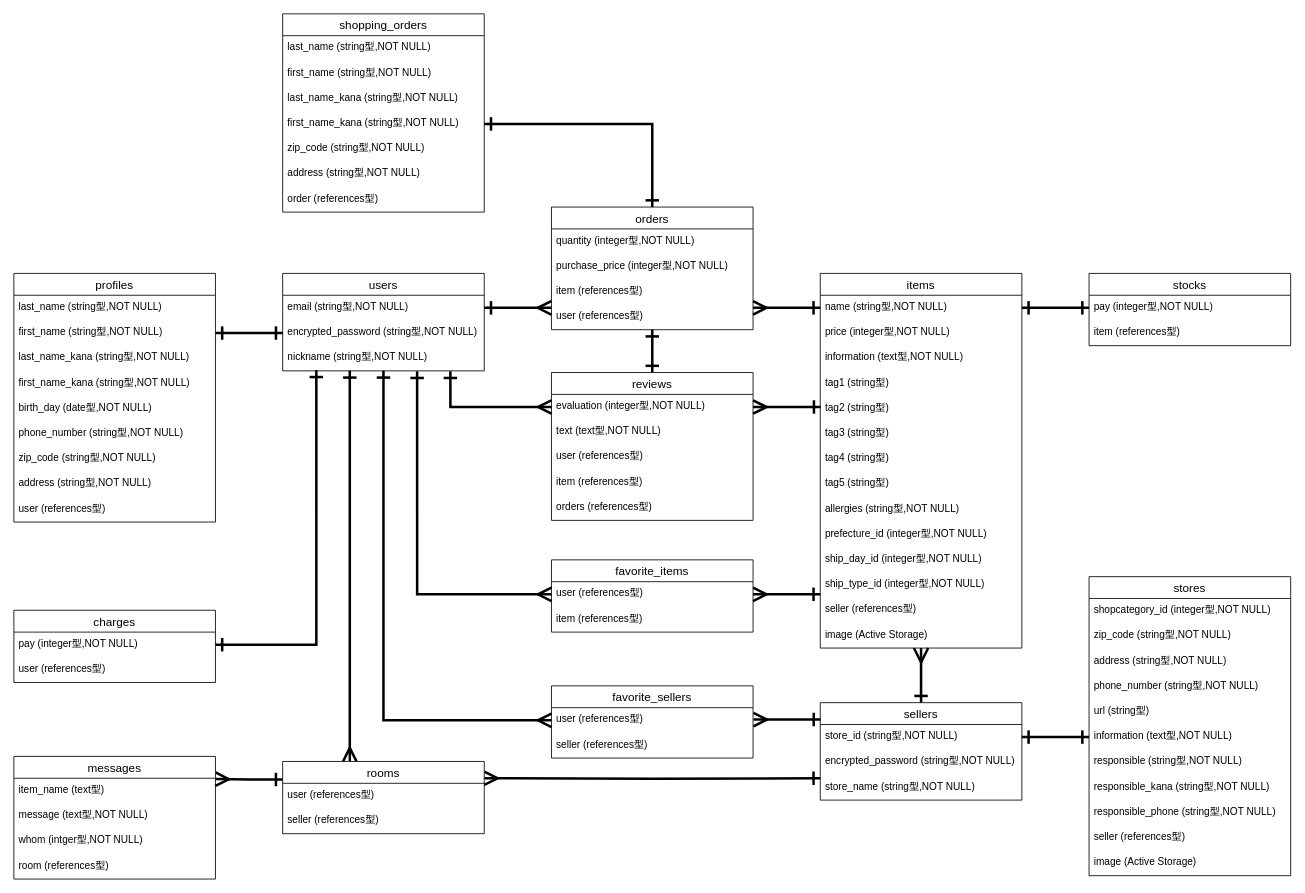
Before: er.dio in Buchikin/ecshop-foodmall, a draw.io diagram. Source tidied: cells renumbered, new cells numbered last; positions are measured from the earlier drawing's top-left corner, leaving out a move shared by most shapes. Both pictures are drawn from the tidied source at 84%, with x=0, y=0 at pixel (13, 13).
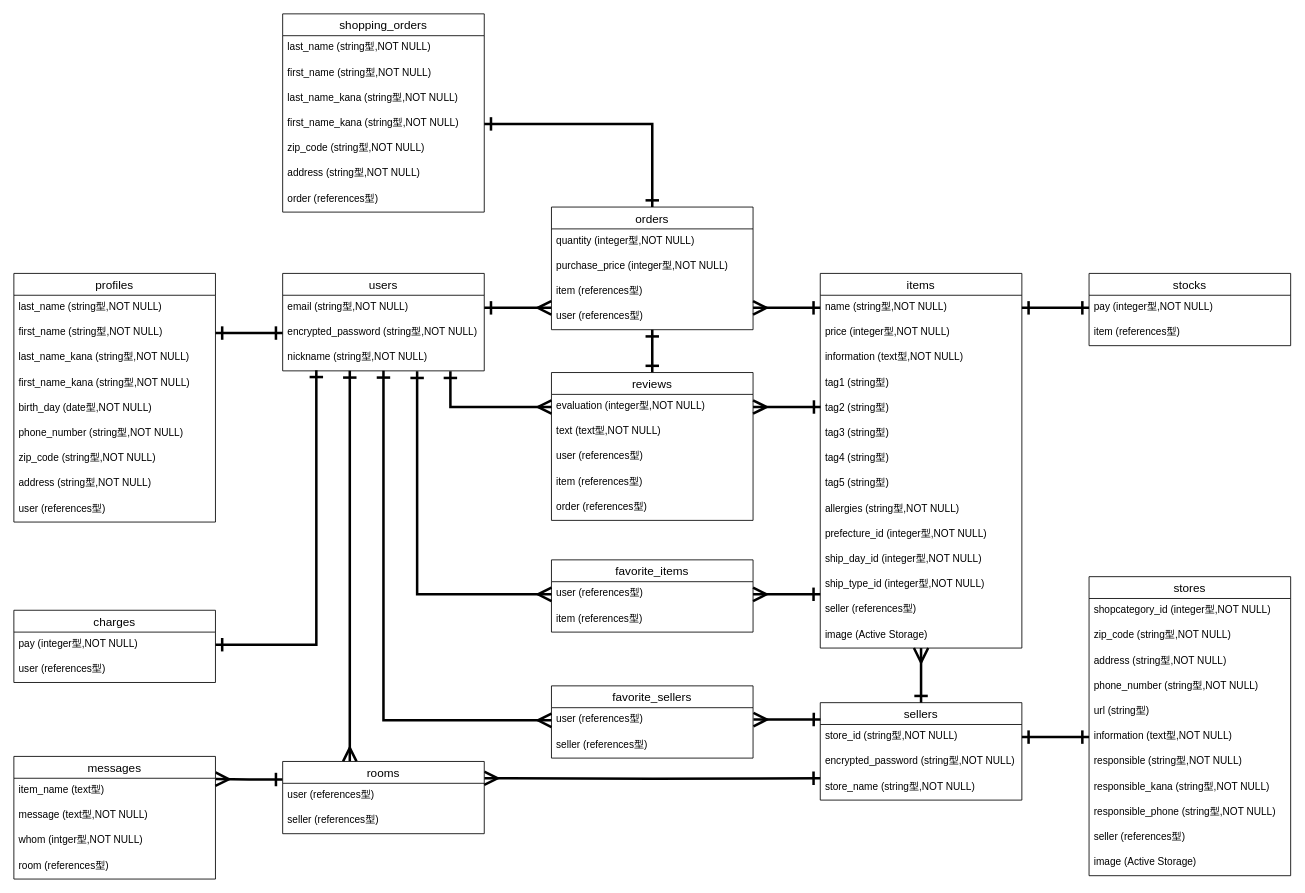
Above is the later version.

Unchanged cells that the change refers to:
```xml
<mxCell id="66" value="reviews" style="swimlane;fontStyle=0;horizontal=1;startSize=26;align=center;fontSize=14;" parent="1" vertex="1">
  <mxGeometry x="640" y="427" width="240" height="176" as="geometry" />
</mxCell>
```

The edit, as a diff of the source:
```diff
@@
-    <mxCell id="71" value="orders (references型)" style="text;strokeColor=none;fillColor=none;spacingLeft=4;spacingRight=4;overflow=hidden;fontSize=12;" parent="66" vertex="1">
+    <mxCell id="71" value="order (references型)" style="text;strokeColor=none;fillColor=none;spacingLeft=4;spacingRight=4;overflow=hidden;fontSize=12;" parent="66" vertex="1">
       <mxGeometry y="146" width="240" height="30" as="geometry" />
     </mxCell>
```
